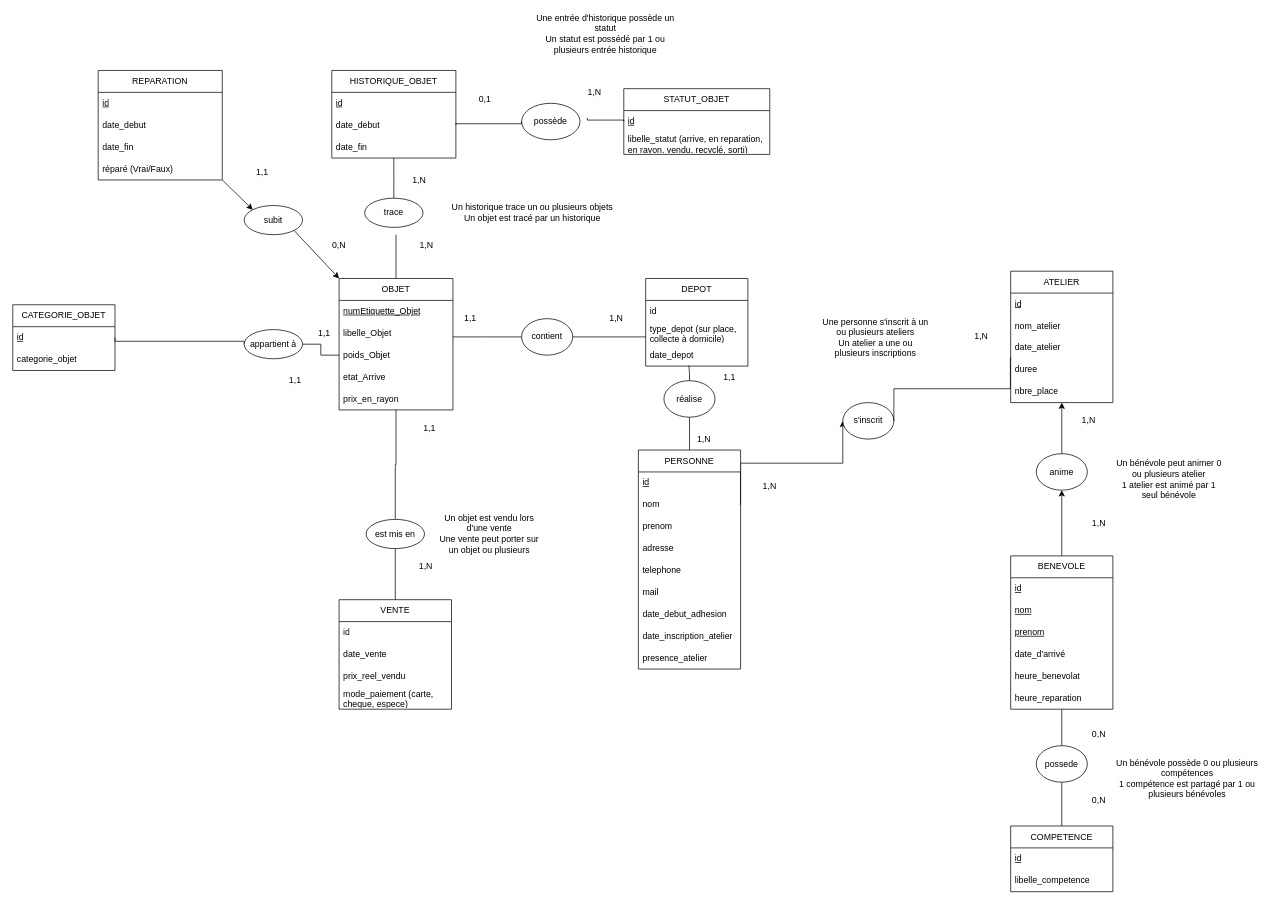
gdiaby2403/repo1 keeps this draw.io diagram as schema_EA_adatabase.drawio. Above is the earlier version. Source tidied: cells renumbered, new cells numbered last; positions are measured from the earlier drawing's top-left corner, leaving out a move shared by most shapes. Both pictures are drawn from the tidied source at 73%, with x=0, y=0 at pixel (12, 23).
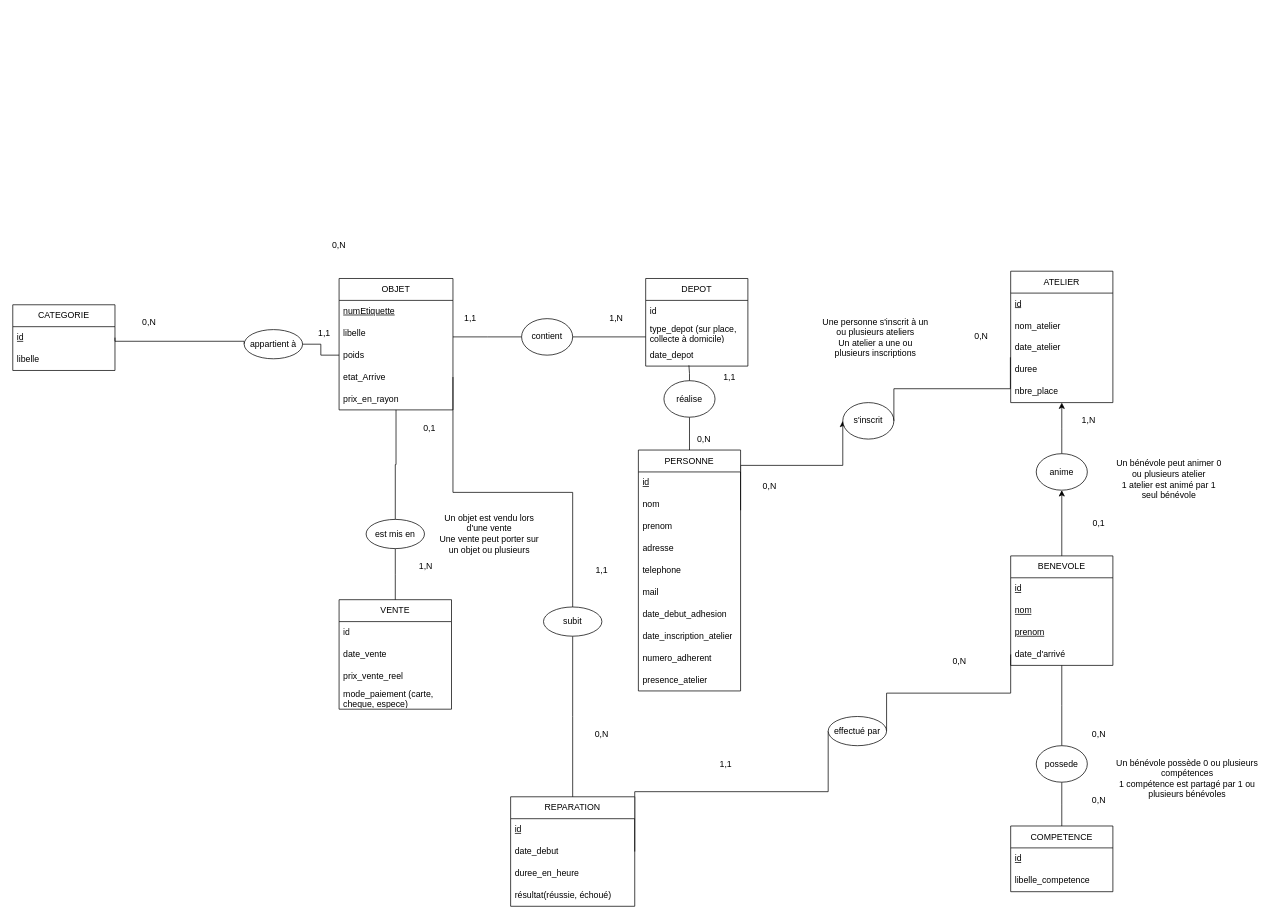
The same page after the edit.

Commit message:
Mettre à jour schema_EA_adatabase.drawio

Unchanged cells that the change refers to:
```xml
<mxCell id="4" value="OBJET" style="swimlane;fontStyle=0;horizontal=1;startSize=30;whiteSpace=wrap;html=1;" parent="1" vertex="1">
  <mxGeometry x="447" y="350" width="156" height="180" as="geometry" />
</mxCell>
<mxCell id="16" value="date_d'arrivé" style="text;strokeColor=none;fillColor=none;align=left;verticalAlign=middle;spacingLeft=4;spacingRight=4;overflow=hidden;points=[[0,0.5],[1,0.5]];portConstraint=eastwest;whiteSpace=wrap;html=1;" parent="12" vertex="1">
  <mxGeometry y="120" width="140" height="30" as="geometry" />
</mxCell>
<mxCell id="34" value="VENTE" style="swimlane;fontStyle=0;horizontal=1;startSize=30;whiteSpace=wrap;html=1;" parent="1" vertex="1">
  <mxGeometry x="447" y="790" width="154" height="150" as="geometry" />
</mxCell>
```

Change to the diagram source:
```diff
@@
-    <mxCell id="3" style="edgeStyle=elbowEdgeStyle;shape=wire;rounded=0;jettySize=auto;elbow=vertical;html=1;exitX=0.5;exitY=0;exitDx=0;exitDy=0;dashed=1;endArrow=none;endFill=0;" parent="1" edge="1" source="4">
-      <mxGeometry relative="1" as="geometry">
-        <mxPoint x="525" y="290" as="targetPoint" />
-      </mxGeometry>
-    </mxCell>
+    <mxCell id="114" style="edgeStyle=elbowEdgeStyle;shape=wire;rounded=0;jettySize=auto;elbow=vertical;html=1;exitX=1;exitY=0.75;exitDx=0;exitDy=0;dashed=1;entryX=0.5;entryY=0;entryDx=0;entryDy=0;endArrow=none;endFill=0;" parent="1" edge="1" source="4" target="108">
+      <mxGeometry relative="1" as="geometry" />
+    </mxCell>
@@
-    <mxCell id="5" value="&lt;u&gt;numEtiquette_Objet&lt;/u&gt;" style="text;strokeColor=none;fillColor=none;align=left;verticalAlign=middle;spacingLeft=4;spacingRight=4;overflow=hidden;whiteSpace=wrap;html=1;" parent="4" vertex="1">
+    <mxCell id="5" value="&lt;u&gt;numEtiquette&lt;/u&gt;" style="text;strokeColor=none;fillColor=none;align=left;verticalAlign=middle;spacingLeft=4;spacingRight=4;overflow=hidden;whiteSpace=wrap;html=1;" parent="4" vertex="1">
       <mxGeometry y="30" width="156" height="30" as="geometry" />
     </mxCell>
-    <mxCell id="6" value="libelle_Objet" style="text;strokeColor=none;fillColor=none;align=left;verticalAlign=middle;spacingLeft=4;spacingRight=4;overflow=hidden;whiteSpace=wrap;html=1;" parent="4" vertex="1">
+    <mxCell id="6" value="libelle" style="text;strokeColor=none;fillColor=none;align=left;verticalAlign=middle;spacingLeft=4;spacingRight=4;overflow=hidden;whiteSpace=wrap;html=1;" parent="4" vertex="1">
       <mxGeometry y="60" width="156" height="30" as="geometry" />
     </mxCell>
-    <mxCell id="7" value="poids_Objet" style="text;strokeColor=none;fillColor=none;align=left;verticalAlign=middle;spacingLeft=4;spacingRight=4;overflow=hidden;points=[[0,0.5],[1,0.5]];portConstraint=eastwest;whiteSpace=wrap;html=1;" parent="4" vertex="1">
+    <mxCell id="7" value="poids" style="text;strokeColor=none;fillColor=none;align=left;verticalAlign=middle;spacingLeft=4;spacingRight=4;overflow=hidden;points=[[0,0.5],[1,0.5]];portConstraint=eastwest;whiteSpace=wrap;html=1;" parent="4" vertex="1">
       <mxGeometry y="90" width="156" height="30" as="geometry" />
     </mxCell>
@@
     <mxCell id="12" value="BENEVOLE" style="swimlane;fontStyle=0;horizontal=1;startSize=30;whiteSpace=wrap;html=1;" parent="1" vertex="1">
-      <mxGeometry x="1367" y="730" width="140" height="210" as="geometry" />
+      <mxGeometry x="1367" y="730" width="140" height="150" as="geometry" />
     </mxCell>
@@
-    <mxCell id="17" value="heure_benevolat" style="text;strokeColor=none;fillColor=none;align=left;verticalAlign=middle;spacingLeft=4;spacingRight=4;overflow=hidden;whiteSpace=wrap;html=1;" parent="12" vertex="1">
-      <mxGeometry y="150" width="140" height="30" as="geometry" />
-    </mxCell>
-    <mxCell id="18" value="heure_reparation" style="text;strokeColor=none;fillColor=none;align=left;verticalAlign=middle;spacingLeft=4;spacingRight=4;overflow=hidden;whiteSpace=wrap;html=1;" parent="12" vertex="1">
-      <mxGeometry y="180" width="140" height="30" as="geometry" />
-    </mxCell>
-    <mxCell id="19" value="CATEGORIE_OBJET" style="swimlane;fontStyle=0;horizontal=1;startSize=30;whiteSpace=wrap;html=1;" parent="1" vertex="1">
+    <mxCell id="19" value="CATEGORIE" style="swimlane;fontStyle=0;horizontal=1;startSize=30;whiteSpace=wrap;html=1;" parent="1" vertex="1">
       <mxGeometry y="386" width="140" height="90" as="geometry" />
     </mxCell>
@@
-    <mxCell id="21" value="categorie_objet" style="text;strokeColor=none;fillColor=none;align=left;verticalAlign=middle;spacingLeft=4;spacingRight=4;overflow=hidden;whiteSpace=wrap;html=1;" parent="19" vertex="1">
+    <mxCell id="21" value="libelle" style="text;strokeColor=none;fillColor=none;align=left;verticalAlign=middle;spacingLeft=4;spacingRight=4;overflow=hidden;whiteSpace=wrap;html=1;" parent="19" vertex="1">
       <mxGeometry y="60" width="140" height="30" as="geometry" />
     </mxCell>
-    <mxCell id="22" style="edgeStyle=elbowEdgeStyle;shape=wire;rounded=0;jettySize=auto;elbow=vertical;html=1;exitX=0.5;exitY=1;exitDx=0;exitDy=0;dashed=1;endArrow=none;endFill=0;" parent="1" edge="1" source="23" target="77">
-      <mxGeometry relative="1" as="geometry" />
-    </mxCell>
-    <mxCell id="23" value="HISTORIQUE_OBJET" style="swimlane;fontStyle=0;horizontal=1;startSize=30;whiteSpace=wrap;html=1;" parent="1" vertex="1">
-      <mxGeometry x="437" y="65" width="170" height="120" as="geometry" />
-    </mxCell>
-    <mxCell id="24" value="&lt;u&gt;id&lt;/u&gt;" style="text;strokeColor=none;fillColor=none;align=left;verticalAlign=middle;spacingLeft=4;spacingRight=4;overflow=hidden;whiteSpace=wrap;html=1;" parent="23" vertex="1">
-      <mxGeometry y="30" width="170" height="30" as="geometry" />
-    </mxCell>
-    <mxCell id="25" value="date_debut" style="text;strokeColor=none;fillColor=none;align=left;verticalAlign=middle;spacingLeft=4;spacingRight=4;overflow=hidden;points=[[0,0.5],[1,0.5]];portConstraint=eastwest;whiteSpace=wrap;html=1;" parent="23" vertex="1">
-      <mxGeometry y="60" width="170" height="30" as="geometry" />
-    </mxCell>
-    <mxCell id="26" value="date_fin" style="text;strokeColor=none;fillColor=none;align=left;verticalAlign=middle;spacingLeft=4;spacingRight=4;overflow=hidden;whiteSpace=wrap;html=1;" parent="23" vertex="1">
-      <mxGeometry y="90" width="170" height="30" as="geometry" />
-    </mxCell>
@@
-    <mxCell id="37" value="prix_reel_vendu" style="text;strokeColor=none;fillColor=none;align=left;verticalAlign=middle;spacingLeft=4;spacingRight=4;overflow=hidden;whiteSpace=wrap;html=1;" parent="34" vertex="1">
+    <mxCell id="37" value="prix_vente_reel" style="text;strokeColor=none;fillColor=none;align=left;verticalAlign=middle;spacingLeft=4;spacingRight=4;overflow=hidden;whiteSpace=wrap;html=1;" parent="34" vertex="1">
       <mxGeometry y="90" width="154" height="30" as="geometry" />
     </mxCell>
@@
     <mxCell id="41" value="PERSONNE" style="swimlane;fontStyle=0;horizontal=1;startSize=30;whiteSpace=wrap;html=1;" parent="1" vertex="1">
-      <mxGeometry x="857" y="585" width="140" height="300" as="geometry" />
+      <mxGeometry x="857" y="585" width="140" height="330" as="geometry" />
     </mxCell>
@@
+    <mxCell id="115" value="numero_adherent" style="text;strokeColor=none;fillColor=none;align=left;verticalAlign=middle;spacingLeft=4;spacingRight=4;overflow=hidden;whiteSpace=wrap;html=1;" parent="41" vertex="1">
+      <mxGeometry y="270" width="140" height="30" as="geometry" />
+    </mxCell>
     <mxCell id="50" value="presence_atelier" style="text;strokeColor=none;fillColor=none;align=left;verticalAlign=middle;spacingLeft=4;spacingRight=4;overflow=hidden;whiteSpace=wrap;html=1;" parent="41" vertex="1">
-      <mxGeometry y="270" width="140" height="30" as="geometry" />
+      <mxGeometry y="300" width="140" height="30" as="geometry" />
     </mxCell>
@@
-    <mxCell id="55" value="1,1" style="text;html=1;whiteSpace=wrap;strokeColor=none;fillColor=none;align=center;verticalAlign=middle;rounded=0;" parent="1" vertex="1">
-      <mxGeometry x="312" y="190" width="60" height="30" as="geometry" />
-    </mxCell>
@@
-    <mxCell id="62" value="1,1" style="text;html=1;whiteSpace=wrap;strokeColor=none;fillColor=none;align=center;verticalAlign=middle;rounded=0;" parent="1" vertex="1">
-      <mxGeometry x="357" y="475" width="60" height="30" as="geometry" />
+    <mxCell id="62" value="0,N" style="text;html=1;whiteSpace=wrap;strokeColor=none;fillColor=none;align=center;verticalAlign=middle;rounded=0;" parent="1" vertex="1">
+      <mxGeometry x="157" y="395" width="60" height="30" as="geometry" />
     </mxCell>
@@
-    <mxCell id="65" value="1,N" style="text;html=1;whiteSpace=wrap;strokeColor=none;fillColor=none;align=center;verticalAlign=middle;rounded=0;" parent="1" vertex="1">
+    <mxCell id="65" value="0,N" style="text;html=1;whiteSpace=wrap;strokeColor=none;fillColor=none;align=center;verticalAlign=middle;rounded=0;" parent="1" vertex="1">
       <mxGeometry x="917" y="555" width="60" height="30" as="geometry" />
     </mxCell>
@@
-    <mxCell id="67" style="edgeStyle=elbowEdgeStyle;shape=wire;rounded=0;jettySize=auto;elbow=vertical;html=1;exitX=0;exitY=0.5;exitDx=0;exitDy=0;dashed=1;endArrow=none;endFill=0;" parent="1" edge="1" source="68">
-      <mxGeometry relative="1" as="geometry">
-        <mxPoint x="787" y="130" as="targetPoint" />
-      </mxGeometry>
-    </mxCell>
-    <mxCell id="68" value="STATUT_OBJET" style="swimlane;fontStyle=0;horizontal=1;startSize=30;whiteSpace=wrap;html=1;" parent="1" vertex="1">
-      <mxGeometry x="837" y="90" width="200" height="90" as="geometry" />
-    </mxCell>
-    <mxCell id="69" value="&lt;u&gt;id&lt;/u&gt;" style="text;strokeColor=none;fillColor=none;align=left;verticalAlign=middle;spacingLeft=4;spacingRight=4;overflow=hidden;whiteSpace=wrap;html=1;" parent="68" vertex="1">
-      <mxGeometry y="30" width="200" height="30" as="geometry" />
-    </mxCell>
-    <mxCell id="70" value="libelle_statut (arrive, en reparation, en rayon, vendu, recyclé, sorti)" style="text;strokeColor=none;fillColor=none;align=left;verticalAlign=middle;spacingLeft=4;spacingRight=4;overflow=hidden;whiteSpace=wrap;html=1;" parent="68" vertex="1">
-      <mxGeometry y="60" width="200" height="30" as="geometry" />
-    </mxCell>
@@
-    <mxCell id="77" value="trace" style="ellipse;whiteSpace=wrap;html=1;shapeInside=1;" parent="1" vertex="1">
-      <mxGeometry x="482" y="240" width="80" height="40" as="geometry" />
-    </mxCell>
@@
-    <mxCell id="81" value="1,1" style="text;html=1;whiteSpace=wrap;strokeColor=none;fillColor=none;align=center;verticalAlign=middle;rounded=0;" parent="1" vertex="1">
+    <mxCell id="81" value="0,1" style="text;html=1;whiteSpace=wrap;strokeColor=none;fillColor=none;align=center;verticalAlign=middle;rounded=0;" parent="1" vertex="1">
       <mxGeometry x="541" y="540" width="60" height="30" as="geometry" />
     </mxCell>
@@
-    <mxCell id="91" value="1,N" style="text;html=1;whiteSpace=wrap;strokeColor=none;fillColor=none;align=center;verticalAlign=middle;rounded=0;" parent="1" vertex="1">
+    <mxCell id="91" value="0,N" style="text;html=1;whiteSpace=wrap;strokeColor=none;fillColor=none;align=center;verticalAlign=middle;rounded=0;" parent="1" vertex="1">
       <mxGeometry x="1007" y="620" width="60" height="30" as="geometry" />
     </mxCell>
@@
-    <mxCell id="94" value="1,N" style="text;html=1;whiteSpace=wrap;strokeColor=none;fillColor=none;align=center;verticalAlign=middle;rounded=0;" parent="1" vertex="1">
+    <mxCell id="94" value="0,1" style="text;html=1;whiteSpace=wrap;strokeColor=none;fillColor=none;align=center;verticalAlign=middle;rounded=0;" parent="1" vertex="1">
       <mxGeometry x="1458" y="670" width="60" height="30" as="geometry" />
     </mxCell>
@@
-    <mxCell id="96" value="1,N" style="text;html=1;whiteSpace=wrap;strokeColor=none;fillColor=none;align=center;verticalAlign=middle;rounded=0;" parent="1" vertex="1">
+    <mxCell id="96" value="0,N" style="text;html=1;whiteSpace=wrap;strokeColor=none;fillColor=none;align=center;verticalAlign=middle;rounded=0;" parent="1" vertex="1">
       <mxGeometry x="1297" y="415" width="60" height="30" as="geometry" />
     </mxCell>
-    <mxCell id="97" value="1,N" style="text;html=1;whiteSpace=wrap;strokeColor=none;fillColor=none;align=center;verticalAlign=middle;rounded=0;" parent="1" vertex="1">
-      <mxGeometry x="527" y="200" width="60" height="30" as="geometry" />
-    </mxCell>
-    <mxCell id="98" value="1,N" style="text;html=1;whiteSpace=wrap;strokeColor=none;fillColor=none;align=center;verticalAlign=middle;rounded=0;" parent="1" vertex="1">
-      <mxGeometry x="537" y="290" width="60" height="30" as="geometry" />
-    </mxCell>
-    <mxCell id="99" value="possède" style="ellipse;whiteSpace=wrap;html=1;shapeInside=1;" parent="1" vertex="1">
-      <mxGeometry x="697" y="110" width="80" height="50" as="geometry" />
-    </mxCell>
-    <mxCell id="100" style="edgeStyle=elbowEdgeStyle;shape=wire;rounded=0;jettySize=auto;elbow=vertical;html=1;exitX=1;exitY=0.5;exitDx=0;exitDy=0;entryX=0;entryY=0.5;entryDx=0;entryDy=0;dashed=1;endArrow=none;endFill=0;" parent="1" edge="1" source="25" target="99">
-      <mxGeometry relative="1" as="geometry" />
-    </mxCell>
-    <mxCell id="101" style="shape=wire;rounded=0;jettySize=auto;elbow=vertical;html=1;exitX=1;exitY=1;exitDx=0;exitDy=0;entryX=0;entryY=0;entryDx=0;entryDy=0;dashed=1;" parent="1" edge="1" source="102" target="108">
-      <mxGeometry relative="1" as="geometry" />
-    </mxCell>
+    <mxCell id="109" value="0,N" style="text;html=1;whiteSpace=wrap;strokeColor=none;fillColor=none;align=center;verticalAlign=middle;rounded=0;" parent="1" vertex="1">
+      <mxGeometry x="417" y="290" width="60" height="30" as="geometry" />
+    </mxCell>
+    <mxCell id="116" value="1,1" style="text;html=1;whiteSpace=wrap;strokeColor=none;fillColor=none;align=center;verticalAlign=middle;rounded=0;" parent="1" vertex="1">
+      <mxGeometry x="777" y="735" width="60" height="30" as="geometry" />
+    </mxCell>
+    <mxCell id="117" style="edgeStyle=elbowEdgeStyle;shape=wire;rounded=0;jettySize=auto;elbow=vertical;html=1;exitX=1;exitY=0.5;exitDx=0;exitDy=0;entryX=0;entryY=0.5;entryDx=0;entryDy=0;dashed=1;endArrow=none;endFill=0;" parent="1" edge="1" source="102" target="125">
+      <mxGeometry relative="1" as="geometry" />
+    </mxCell>
     <mxCell id="102" value="REPARATION" style="swimlane;fontStyle=0;horizontal=1;startSize=30;whiteSpace=wrap;html=1;" parent="1" vertex="1">
-      <mxGeometry x="117" y="65" width="170" height="150" as="geometry" />
+      <mxGeometry x="682" y="1060" width="170" height="150" as="geometry" />
     </mxCell>
-    <mxCell id="103" value="&lt;u&gt;id&lt;/u&gt;" style="text;strokeColor=none;fillColor=none;align=left;verticalAlign=middle;spacingLeft=4;spacingRight=4;overflow=hidden;whiteSpace=wrap;html=1;" parent="102" vertex="1">
-      <mxGeometry y="30" width="170" height="30" as="geometry" />
-    </mxCell>
-    <mxCell id="104" value="date_debut" style="text;strokeColor=none;fillColor=none;align=left;verticalAlign=middle;spacingLeft=4;spacingRight=4;overflow=hidden;whiteSpace=wrap;html=1;" parent="102" vertex="1">
-      <mxGeometry y="60" width="170" height="30" as="geometry" />
-    </mxCell>
-    <mxCell id="105" value="date_fin" style="text;strokeColor=none;fillColor=none;align=left;verticalAlign=middle;spacingLeft=4;spacingRight=4;overflow=hidden;whiteSpace=wrap;html=1;" parent="102" vertex="1">
-      <mxGeometry y="90" width="170" height="30" as="geometry" />
-    </mxCell>
-    <mxCell id="106" value="réparé (Vrai/Faux)" style="text;strokeColor=none;fillColor=none;align=left;verticalAlign=middle;spacingLeft=4;spacingRight=4;overflow=hidden;whiteSpace=wrap;html=1;" parent="102" vertex="1">
-      <mxGeometry y="120" width="170" height="30" as="geometry" />
-    </mxCell>
-    <mxCell id="107" style="shape=wire;rounded=0;jettySize=auto;elbow=vertical;html=1;exitX=1;exitY=1;exitDx=0;exitDy=0;entryX=0;entryY=0;entryDx=0;entryDy=0;dashed=1;" parent="1" edge="1" source="108" target="4">
-      <mxGeometry relative="1" as="geometry" />
-    </mxCell>
+    <mxCell id="118" value="&lt;u&gt;id&lt;/u&gt;" style="text;strokeColor=none;fillColor=none;align=left;verticalAlign=middle;spacingLeft=4;spacingRight=4;overflow=hidden;whiteSpace=wrap;html=1;" parent="102" vertex="1">
+      <mxGeometry y="30" width="170" height="30" as="geometry" />
+    </mxCell>
+    <mxCell id="119" value="date_debut" style="text;strokeColor=none;fillColor=none;align=left;verticalAlign=middle;spacingLeft=4;spacingRight=4;overflow=hidden;whiteSpace=wrap;html=1;" parent="102" vertex="1">
+      <mxGeometry y="60" width="170" height="30" as="geometry" />
+    </mxCell>
+    <mxCell id="120" value="duree_en_heure" style="text;strokeColor=none;fillColor=none;align=left;verticalAlign=middle;spacingLeft=4;spacingRight=4;overflow=hidden;whiteSpace=wrap;html=1;" parent="102" vertex="1">
+      <mxGeometry y="90" width="170" height="30" as="geometry" />
+    </mxCell>
+    <mxCell id="121" value="résultat(réussie, échoué)" style="text;strokeColor=none;fillColor=none;align=left;verticalAlign=middle;spacingLeft=4;spacingRight=4;overflow=hidden;whiteSpace=wrap;html=1;" parent="102" vertex="1">
+      <mxGeometry y="120" width="170" height="30" as="geometry" />
+    </mxCell>
+    <mxCell id="122" style="edgeStyle=elbowEdgeStyle;shape=wire;rounded=0;jettySize=auto;elbow=vertical;html=1;exitX=0.5;exitY=1;exitDx=0;exitDy=0;entryX=0.5;entryY=0;entryDx=0;entryDy=0;dashed=1;endArrow=none;endFill=0;" parent="1" edge="1" source="108" target="102">
+      <mxGeometry relative="1" as="geometry" />
+    </mxCell>
     <mxCell id="108" value="subit" style="ellipse;whiteSpace=wrap;html=1;shapeInside=1;" parent="1" vertex="1">
-      <mxGeometry x="317" y="250" width="80" height="40" as="geometry" />
+      <mxGeometry x="727" y="800" width="80" height="40" as="geometry" />
     </mxCell>
-    <mxCell id="109" value="0,N" style="text;html=1;whiteSpace=wrap;strokeColor=none;fillColor=none;align=center;verticalAlign=middle;rounded=0;" parent="1" vertex="1">
-      <mxGeometry x="417" y="290" width="60" height="30" as="geometry" />
-    </mxCell>
-    <mxCell id="110" value="1,N" style="text;html=1;whiteSpace=wrap;strokeColor=none;fillColor=none;align=center;verticalAlign=middle;rounded=0;" parent="1" vertex="1">
-      <mxGeometry x="767" y="80" width="60" height="30" as="geometry" />
-    </mxCell>
-    <mxCell id="111" value="0,1" style="text;html=1;whiteSpace=wrap;strokeColor=none;fillColor=none;align=center;verticalAlign=middle;rounded=0;" parent="1" vertex="1">
-      <mxGeometry x="617" y="90" width="60" height="30" as="geometry" />
-    </mxCell>
-    <mxCell id="112" value="Une entrée d'historique possède un statut&lt;div&gt;Un statut est possédé par 1 ou plusieurs entrée historique&lt;/div&gt;" style="text;html=1;whiteSpace=wrap;strokeColor=none;fillColor=none;align=center;verticalAlign=middle;rounded=0;" parent="1" vertex="1">
-      <mxGeometry x="707" width="210" height="30" as="geometry" />
-    </mxCell>
-    <mxCell id="113" value="Un historique trace un ou plusieurs objets&lt;br&gt;Un objet est tracé par un historique" style="text;html=1;whiteSpace=wrap;strokeColor=none;fillColor=none;align=center;verticalAlign=middle;rounded=0;" parent="1" vertex="1">
-      <mxGeometry x="597" y="245" width="230" height="30" as="geometry" />
-    </mxCell>
+    <mxCell id="123" value="0,N" style="text;html=1;whiteSpace=wrap;strokeColor=none;fillColor=none;align=center;verticalAlign=middle;rounded=0;" parent="1" vertex="1">
+      <mxGeometry x="777" y="960" width="60" height="30" as="geometry" />
+    </mxCell>
+    <mxCell id="124" style="edgeStyle=elbowEdgeStyle;shape=wire;rounded=0;jettySize=auto;elbow=vertical;html=1;exitX=1;exitY=0.5;exitDx=0;exitDy=0;entryX=0;entryY=0.5;entryDx=0;entryDy=0;dashed=1;endArrow=none;endFill=0;" parent="1" edge="1" source="125" target="16">
+      <mxGeometry relative="1" as="geometry" />
+    </mxCell>
+    <mxCell id="125" value="effectué par" style="ellipse;whiteSpace=wrap;html=1;shapeInside=1;" parent="1" vertex="1">
+      <mxGeometry x="1117" y="950" width="80" height="40" as="geometry" />
+    </mxCell>
+    <mxCell id="126" value="1,1" style="text;html=1;whiteSpace=wrap;strokeColor=none;fillColor=none;align=center;verticalAlign=middle;rounded=0;" parent="1" vertex="1">
+      <mxGeometry x="947" y="1000" width="60" height="30" as="geometry" />
+    </mxCell>
+    <mxCell id="127" value="0,N" style="text;html=1;whiteSpace=wrap;strokeColor=none;fillColor=none;align=center;verticalAlign=middle;rounded=0;" parent="1" vertex="1">
+      <mxGeometry x="1267" y="860" width="60" height="30" as="geometry" />
+    </mxCell>
```
